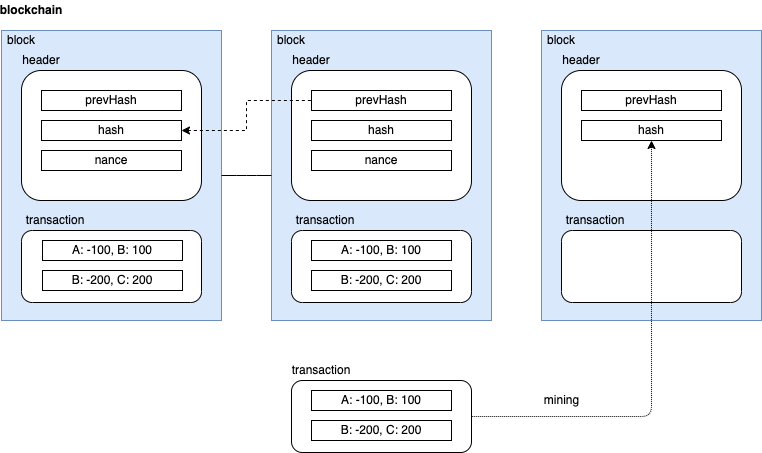
Before: res/design.drawio.png, a diagram exported from draw.io (azul915/toy-blockchain). Source tidied: cells renumbered, new cells last; positions are measured from the earlier drawing's top-left corner, leaving out a move shared by most shapes.
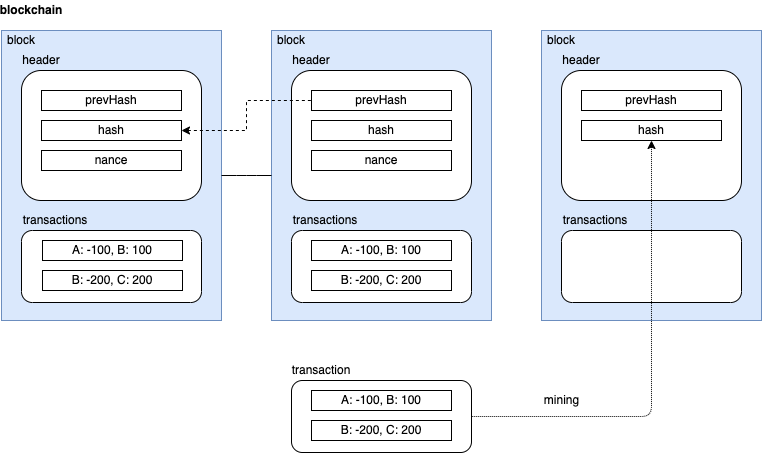
After the change.

Commit message:
transaction -> transactions

Change to the diagram source:
```diff
@@ -96,13 +96,13 @@
     <mxCell id="35" value="block" style="text;html=1;strokeColor=none;fillColor=none;align=center;verticalAlign=middle;whiteSpace=wrap;rounded=0;" parent="31" vertex="1">
       <mxGeometry x="540" y="30" width="40" height="20" as="geometry" />
     </mxCell>
-    <mxCell id="36" value="transaction" style="text;html=1;strokeColor=none;fillColor=none;align=center;verticalAlign=middle;whiteSpace=wrap;rounded=0;" parent="31" vertex="1">
+    <mxCell id="36" value="transactions" style="text;html=1;strokeColor=none;fillColor=none;align=center;verticalAlign=middle;whiteSpace=wrap;rounded=0;" parent="31" vertex="1">
       <mxGeometry x="34" y="210" width="40" height="20" as="geometry" />
     </mxCell>
-    <mxCell id="37" value="transaction" style="text;html=1;strokeColor=none;fillColor=none;align=center;verticalAlign=middle;whiteSpace=wrap;rounded=0;" parent="31" vertex="1">
+    <mxCell id="37" value="transactions" style="text;html=1;strokeColor=none;fillColor=none;align=center;verticalAlign=middle;whiteSpace=wrap;rounded=0;" parent="31" vertex="1">
       <mxGeometry x="304" y="210" width="40" height="20" as="geometry" />
     </mxCell>
-    <mxCell id="38" value="transaction" style="text;html=1;strokeColor=none;fillColor=none;align=center;verticalAlign=middle;whiteSpace=wrap;rounded=0;" parent="31" vertex="1">
+    <mxCell id="38" value="transactions" style="text;html=1;strokeColor=none;fillColor=none;align=center;verticalAlign=middle;whiteSpace=wrap;rounded=0;" parent="31" vertex="1">
       <mxGeometry x="574" y="210" width="40" height="20" as="geometry" />
     </mxCell>
     <mxCell id="39" value="header" style="text;html=1;strokeColor=none;fillColor=none;align=center;verticalAlign=middle;whiteSpace=wrap;rounded=0;" parent="31" vertex="1">
```
